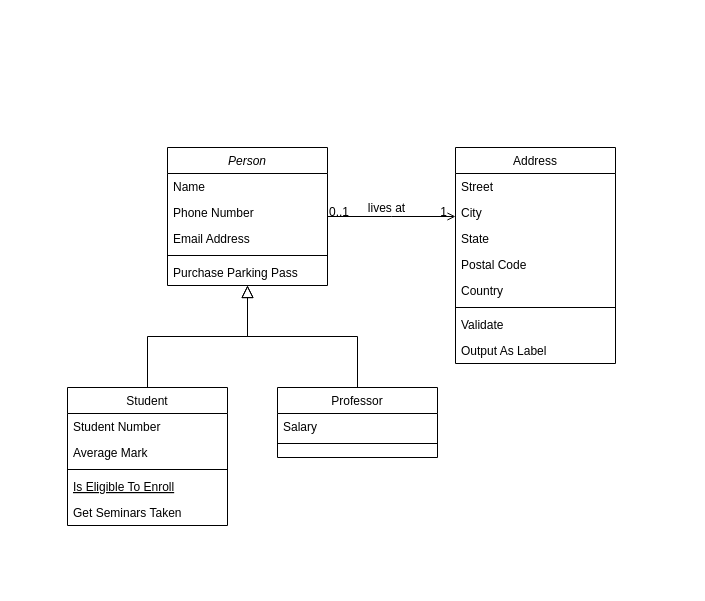
Azad-ynu/Artificial-Intelligence keeps this draw.io diagram as Untitled Diagram.drawio. Above is the earlier version. Source tidied: cells renumbered, new cells numbered last; positions are measured from the earlier drawing's top-left corner, leaving out a move shared by most shapes. Both pictures are drawn from the tidied source at 100%, with x=0, y=0 at pixel (67, 147).
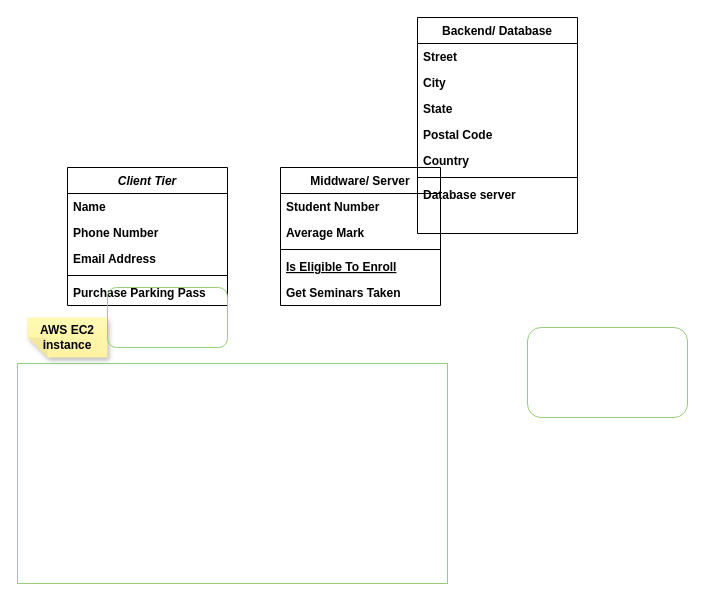
The same page after the edit.

Change to the diagram source:
```diff
@@
-    <mxCell id="2" value="Person" style="swimlane;fontStyle=2;align=center;verticalAlign=top;horizontal=1;startSize=26;rounded=0;shadow=0;strokeWidth=1;" parent="1" vertex="1">
-      <mxGeometry x="100" width="160" height="138" as="geometry" />
+    <mxCell id="2" value="Client Tier" style="swimlane;fontStyle=3;align=center;verticalAlign=top;horizontal=1;startSize=26;rounded=0;shadow=0;strokeWidth=1;" parent="1" vertex="1">
+      <mxGeometry y="20" width="160" height="138" as="geometry" />
     </mxCell>
-    <mxCell id="3" value="Name" style="text;align=left;verticalAlign=top;spacingLeft=4;spacingRight=4;overflow=hidden;" parent="2" vertex="1">
+    <mxCell id="3" value="Name" style="text;align=left;verticalAlign=top;spacingLeft=4;spacingRight=4;overflow=hidden;fontStyle=1;" parent="2" vertex="1">
       <mxGeometry y="26" width="160" height="26" as="geometry" />
     </mxCell>
-    <mxCell id="4" value="Phone Number" style="text;align=left;verticalAlign=top;spacingLeft=4;spacingRight=4;overflow=hidden;rounded=0;shadow=0;html=0;" parent="2" vertex="1">
+    <mxCell id="4" value="Phone Number" style="text;align=left;verticalAlign=top;spacingLeft=4;spacingRight=4;overflow=hidden;rounded=0;shadow=0;html=0;fontStyle=1;" parent="2" vertex="1">
       <mxGeometry y="52" width="160" height="26" as="geometry" />
     </mxCell>
-    <mxCell id="5" value="Email Address" style="text;align=left;verticalAlign=top;spacingLeft=4;spacingRight=4;overflow=hidden;rounded=0;shadow=0;html=0;" parent="2" vertex="1">
+    <mxCell id="5" value="Email Address" style="text;align=left;verticalAlign=top;spacingLeft=4;spacingRight=4;overflow=hidden;rounded=0;shadow=0;html=0;fontStyle=1;" parent="2" vertex="1">
       <mxGeometry y="78" width="160" height="26" as="geometry" />
     </mxCell>
-    <mxCell id="6" style="line;html=1;strokeWidth=1;align=left;verticalAlign=middle;spacingTop=-1;spacingLeft=3;spacingRight=3;labelPosition=right;" parent="2" vertex="1">
+    <mxCell id="6" style="line;html=1;strokeWidth=1;align=left;verticalAlign=middle;spacingTop=-1;spacingLeft=3;spacingRight=3;labelPosition=right;fontStyle=1;" parent="2" vertex="1">
       <mxGeometry y="104" width="160" height="8" as="geometry" />
     </mxCell>
-    <mxCell id="7" value="Purchase Parking Pass" style="text;align=left;verticalAlign=top;spacingLeft=4;spacingRight=4;overflow=hidden;" parent="2" vertex="1">
+    <mxCell id="7" value="Purchase Parking Pass" style="text;align=left;verticalAlign=top;spacingLeft=4;spacingRight=4;overflow=hidden;fontStyle=1;" parent="2" vertex="1">
       <mxGeometry y="112" width="160" height="26" as="geometry" />
     </mxCell>
-    <mxCell id="8" value="Student" style="swimlane;fontStyle=0;align=center;verticalAlign=top;horizontal=1;startSize=26;rounded=0;shadow=0;strokeWidth=1;" parent="1" vertex="1">
-      <mxGeometry y="240" width="160" height="138" as="geometry" />
+    <mxCell id="8" value="Middware/ Server" style="swimlane;fontStyle=1;align=center;verticalAlign=top;horizontal=1;startSize=26;rounded=0;shadow=0;strokeWidth=1;" parent="1" vertex="1">
+      <mxGeometry x="213" y="20" width="160" height="138" as="geometry" />
     </mxCell>
-    <mxCell id="9" value="Student Number" style="text;align=left;verticalAlign=top;spacingLeft=4;spacingRight=4;overflow=hidden;" parent="8" vertex="1">
+    <mxCell id="9" value="Student Number" style="text;align=left;verticalAlign=top;spacingLeft=4;spacingRight=4;overflow=hidden;fontStyle=1;" parent="8" vertex="1">
       <mxGeometry y="26" width="160" height="26" as="geometry" />
     </mxCell>
-    <mxCell id="10" value="Average Mark" style="text;align=left;verticalAlign=top;spacingLeft=4;spacingRight=4;overflow=hidden;rounded=0;shadow=0;html=0;" parent="8" vertex="1">
+    <mxCell id="10" value="Average Mark" style="text;align=left;verticalAlign=top;spacingLeft=4;spacingRight=4;overflow=hidden;rounded=0;shadow=0;html=0;fontStyle=1;" parent="8" vertex="1">
       <mxGeometry y="52" width="160" height="26" as="geometry" />
     </mxCell>
-    <mxCell id="11" style="line;html=1;strokeWidth=1;align=left;verticalAlign=middle;spacingTop=-1;spacingLeft=3;spacingRight=3;labelPosition=right;" parent="8" vertex="1">
+    <mxCell id="11" style="line;html=1;strokeWidth=1;align=left;verticalAlign=middle;spacingTop=-1;spacingLeft=3;spacingRight=3;labelPosition=right;fontStyle=1;" parent="8" vertex="1">
       <mxGeometry y="78" width="160" height="8" as="geometry" />
     </mxCell>
-    <mxCell id="12" value="Is Eligible To Enroll" style="text;align=left;verticalAlign=top;spacingLeft=4;spacingRight=4;overflow=hidden;fontStyle=4;" parent="8" vertex="1">
+    <mxCell id="12" value="Is Eligible To Enroll" style="text;align=left;verticalAlign=top;spacingLeft=4;spacingRight=4;overflow=hidden;fontStyle=5;" parent="8" vertex="1">
       <mxGeometry y="86" width="160" height="26" as="geometry" />
     </mxCell>
-    <mxCell id="13" value="Get Seminars Taken" style="text;align=left;verticalAlign=top;spacingLeft=4;spacingRight=4;overflow=hidden;" parent="8" vertex="1">
+    <mxCell id="13" value="Get Seminars Taken" style="text;align=left;verticalAlign=top;spacingLeft=4;spacingRight=4;overflow=hidden;fontStyle=1;" parent="8" vertex="1">
       <mxGeometry y="112" width="160" height="26" as="geometry" />
     </mxCell>
-    <mxCell id="14" style="endArrow=block;endSize=10;endFill=0;shadow=0;strokeWidth=1;rounded=0;edgeStyle=elbowEdgeStyle;elbow=vertical;" parent="1" edge="1" source="8" target="2">
-      <mxGeometry relative="1" as="geometry" />
-    </mxCell>
-    <mxCell id="15" value="Professor" style="swimlane;fontStyle=0;align=center;verticalAlign=top;horizontal=1;startSize=26;rounded=0;shadow=0;strokeWidth=1;" parent="1" vertex="1">
-      <mxGeometry x="210" y="240" width="160" height="70" as="geometry" />
-    </mxCell>
-    <mxCell id="16" value="Salary" style="text;align=left;verticalAlign=top;spacingLeft=4;spacingRight=4;overflow=hidden;" parent="15" vertex="1">
-      <mxGeometry y="26" width="160" height="26" as="geometry" />
-    </mxCell>
-    <mxCell id="17" style="line;html=1;strokeWidth=1;align=left;verticalAlign=middle;spacingTop=-1;spacingLeft=3;spacingRight=3;labelPosition=right;" parent="15" vertex="1">
-      <mxGeometry y="52" width="160" height="8" as="geometry" />
-    </mxCell>
-    <mxCell id="18" style="endArrow=block;endSize=10;endFill=0;shadow=0;strokeWidth=1;rounded=0;edgeStyle=elbowEdgeStyle;elbow=vertical;" parent="1" edge="1" source="15" target="2">
-      <mxGeometry relative="1" as="geometry" />
-    </mxCell>
-    <mxCell id="19" value="Address" style="swimlane;fontStyle=0;align=center;verticalAlign=top;horizontal=1;startSize=26;rounded=0;shadow=0;strokeWidth=1;" parent="1" vertex="1">
-      <mxGeometry x="388" width="160" height="216" as="geometry" />
+    <mxCell id="19" value="Backend/ Database" style="swimlane;fontStyle=1;align=center;verticalAlign=top;horizontal=1;startSize=26;rounded=0;shadow=0;strokeWidth=1;" parent="1" vertex="1">
+      <mxGeometry x="350" y="-130" width="160" height="216" as="geometry" />
     </mxCell>
-    <mxCell id="20" value="Street" style="text;align=left;verticalAlign=top;spacingLeft=4;spacingRight=4;overflow=hidden;" parent="19" vertex="1">
+    <mxCell id="20" value="Street" style="text;align=left;verticalAlign=top;spacingLeft=4;spacingRight=4;overflow=hidden;fontStyle=1;" parent="19" vertex="1">
       <mxGeometry y="26" width="160" height="26" as="geometry" />
     </mxCell>
-    <mxCell id="21" value="City" style="text;align=left;verticalAlign=top;spacingLeft=4;spacingRight=4;overflow=hidden;rounded=0;shadow=0;html=0;" parent="19" vertex="1">
+    <mxCell id="21" value="City" style="text;align=left;verticalAlign=top;spacingLeft=4;spacingRight=4;overflow=hidden;rounded=0;shadow=0;html=0;fontStyle=1;" parent="19" vertex="1">
       <mxGeometry y="52" width="160" height="26" as="geometry" />
     </mxCell>
-    <mxCell id="22" value="State" style="text;align=left;verticalAlign=top;spacingLeft=4;spacingRight=4;overflow=hidden;rounded=0;shadow=0;html=0;" parent="19" vertex="1">
+    <mxCell id="22" value="State" style="text;align=left;verticalAlign=top;spacingLeft=4;spacingRight=4;overflow=hidden;rounded=0;shadow=0;html=0;fontStyle=1;" parent="19" vertex="1">
       <mxGeometry y="78" width="160" height="26" as="geometry" />
     </mxCell>
-    <mxCell id="23" value="Postal Code" style="text;align=left;verticalAlign=top;spacingLeft=4;spacingRight=4;overflow=hidden;rounded=0;shadow=0;html=0;" parent="19" vertex="1">
+    <mxCell id="23" value="Postal Code" style="text;align=left;verticalAlign=top;spacingLeft=4;spacingRight=4;overflow=hidden;rounded=0;shadow=0;html=0;fontStyle=1;" parent="19" vertex="1">
       <mxGeometry y="104" width="160" height="26" as="geometry" />
     </mxCell>
-    <mxCell id="24" value="Country" style="text;align=left;verticalAlign=top;spacingLeft=4;spacingRight=4;overflow=hidden;rounded=0;shadow=0;html=0;" parent="19" vertex="1">
+    <mxCell id="24" value="Country" style="text;align=left;verticalAlign=top;spacingLeft=4;spacingRight=4;overflow=hidden;rounded=0;shadow=0;html=0;fontStyle=1;" parent="19" vertex="1">
       <mxGeometry y="130" width="160" height="26" as="geometry" />
     </mxCell>
-    <mxCell id="25" style="line;html=1;strokeWidth=1;align=left;verticalAlign=middle;spacingTop=-1;spacingLeft=3;spacingRight=3;labelPosition=right;" parent="19" vertex="1">
+    <mxCell id="25" style="line;html=1;strokeWidth=1;align=left;verticalAlign=middle;spacingTop=-1;spacingLeft=3;spacingRight=3;labelPosition=right;fontStyle=1;" parent="19" vertex="1">
       <mxGeometry y="156" width="160" height="8" as="geometry" />
     </mxCell>
-    <mxCell id="26" value="Validate" style="text;align=left;verticalAlign=top;spacingLeft=4;spacingRight=4;overflow=hidden;" parent="19" vertex="1">
-      <mxGeometry y="164" width="160" height="26" as="geometry" />
-    </mxCell>
-    <mxCell id="27" value="Output As Label" style="text;align=left;verticalAlign=top;spacingLeft=4;spacingRight=4;overflow=hidden;" parent="19" vertex="1">
-      <mxGeometry y="190" width="160" height="26" as="geometry" />
+    <mxCell id="27" value="Database server" style="text;align=left;verticalAlign=top;spacingLeft=4;spacingRight=4;overflow=hidden;fontStyle=1;" parent="19" vertex="1">
+      <mxGeometry y="164" width="160" height="26" as="geometry" />
     </mxCell>
-    <mxCell id="28" style="endArrow=open;shadow=0;strokeWidth=1;rounded=0;endFill=1;edgeStyle=elbowEdgeStyle;elbow=vertical;" parent="1" edge="1" source="2" target="19">
-      <mxGeometry x="0.5" y="41" relative="1" as="geometry">
-        <mxPoint x="-40" y="32" as="offset" />
-      </mxGeometry>
-    </mxCell>
-    <mxCell id="29" value="0..1" style="align=left;verticalAlign=bottom;labelBackgroundColor=none;fontSize=12;" parent="28" vertex="1">
-      <mxGeometry x="-1" relative="1" as="geometry">
-        <mxPoint y="4" as="offset" />
-      </mxGeometry>
-    </mxCell>
-    <mxCell id="30" value="1" style="align=right;verticalAlign=bottom;labelBackgroundColor=none;fontSize=12;" parent="28" vertex="1">
-      <mxGeometry x="1" relative="1" as="geometry">
-        <mxPoint x="-7" y="4" as="offset" />
-      </mxGeometry>
-    </mxCell>
-    <mxCell id="31" value="lives at" style="text;html=1;align=center;verticalAlign=middle;labelBackgroundColor=none;rounded=0;shadow=0;strokeWidth=1;fontSize=12;" parent="28" vertex="1">
-      <mxGeometry x="0.5" y="49" relative="1" as="geometry">
-        <mxPoint x="-38" y="40" as="offset" />
-      </mxGeometry>
-    </mxCell>
+    <mxCell id="32" style="rounded=0;whiteSpace=wrap;html=1;hachureGap=4;fillColor=none;strokeColor=#97D077;fontStyle=1;" parent="1" vertex="1">
+      <mxGeometry x="-50" y="216" width="430" height="220" as="geometry" />
+    </mxCell>
+    <mxCell id="33" value="AWS EC2 instance" style="shape=note;whiteSpace=wrap;html=1;backgroundOutline=1;fontColor=#000000;darkOpacity=0.05;fillColor=#FFF9B2;strokeColor=none;fillStyle=solid;direction=west;gradientDirection=north;gradientColor=#FFF2A1;shadow=1;size=20;hachureGap=4;fontStyle=1;" parent="1" vertex="1">
+      <mxGeometry x="-40" y="170" width="80" height="40" as="geometry" />
+    </mxCell>
+    <mxCell id="34" style="rounded=1;whiteSpace=wrap;html=1;hachureGap=4;strokeColor=#97D077;fillColor=none;" parent="1" vertex="1">
+      <mxGeometry x="40" y="140" width="120" height="60" as="geometry" />
+    </mxCell>
+    <mxCell id="35" style="rounded=1;whiteSpace=wrap;html=1;hachureGap=4;strokeColor=#97D077;fillColor=none;" parent="1" vertex="1">
+      <mxGeometry x="460" y="180" width="160" height="90" as="geometry" />
+    </mxCell>
```
